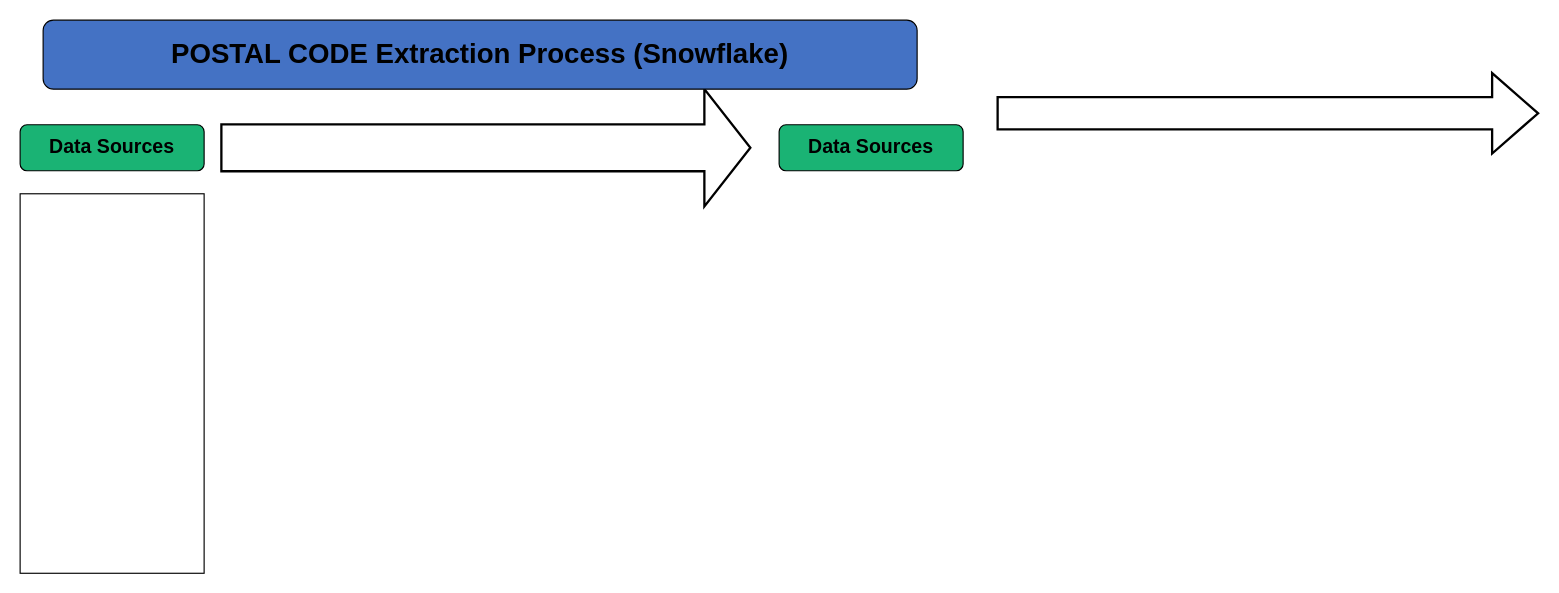
artiewangGH/POSTAL_CODE keeps this draw.io diagram as POSTAL_CODE.drawio. Above is the earlier version. Source tidied: cells renumbered, new cells numbered last; positions are measured from the earlier drawing's top-left corner, leaving out a move shared by most shapes. Both pictures are drawn from the tidied source at 115%, with x=0, y=0 at pixel (20, 20).
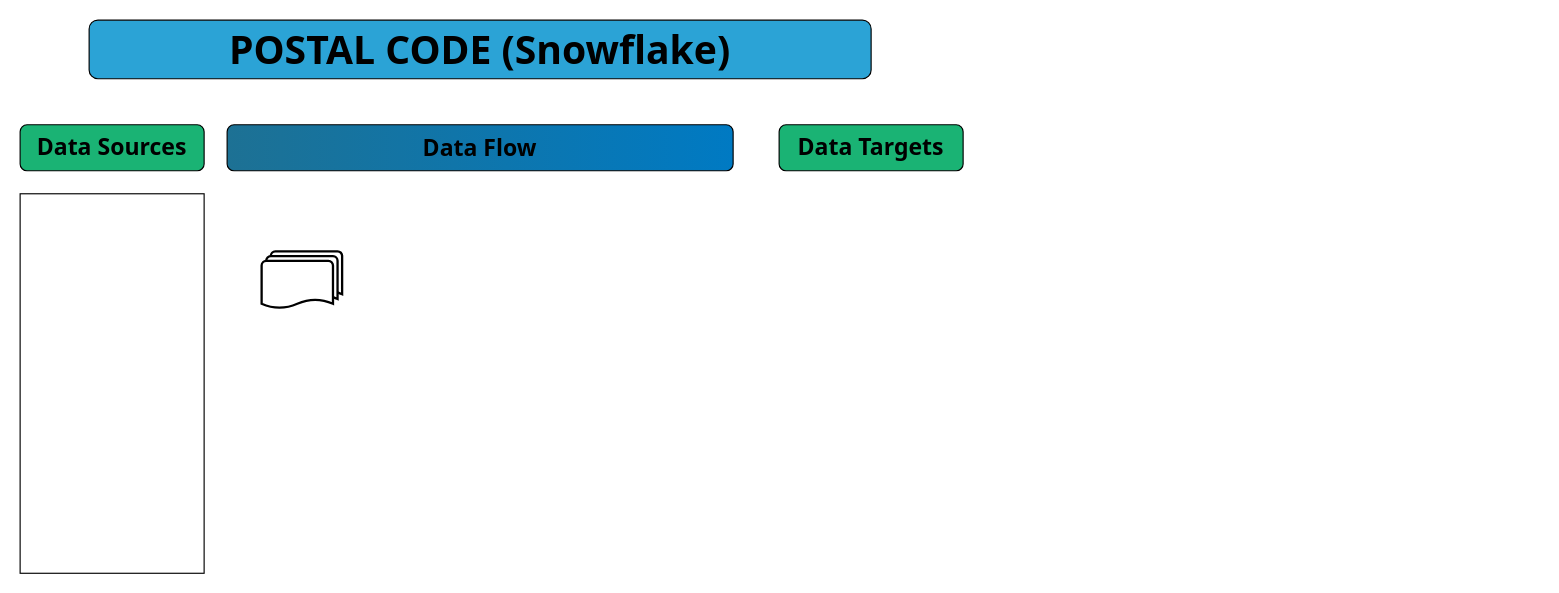
After the change.

What changed in the source:
```diff
@@
 <mxGraphModel>
   <root>
     <mxCell id="0" />
     <mxCell id="1" parent="0" />
-    <mxCell id="2" value="Data Sources" style="rounded=1;whiteSpace=wrap;html=1;fontSize=17;fontStyle=1;fillColor=#1AB374;" parent="1" vertex="1">
+    <mxCell id="2" value="&lt;font face=&quot;Tahoma&quot; style=&quot;font-size: 20px;&quot;&gt;Data Sources&lt;/font&gt;" style="rounded=1;whiteSpace=wrap;html=1;fontSize=17;fontStyle=1;fillColor=#1AB374;" parent="1" vertex="1">
       <mxGeometry y="91" width="160" height="40" as="geometry" />
     </mxCell>
     <mxCell id="3" style="rounded=0;whiteSpace=wrap;html=1;" parent="1" vertex="1">
       <mxGeometry y="151" width="160" height="330" as="geometry" />
     </mxCell>
-    <mxCell id="4" style="verticalLabelPosition=bottom;verticalAlign=top;html=1;strokeWidth=2;shape=mxgraph.arrows2.arrow;dy=0.6;dx=40;notch=0;" parent="1" vertex="1">
-      <mxGeometry x="175" y="60" width="460" height="102" as="geometry" />
-    </mxCell>
-    <mxCell id="5" style="verticalLabelPosition=bottom;verticalAlign=top;html=1;strokeWidth=2;shape=mxgraph.arrows2.arrow;dy=0.6;dx=40;notch=0;" parent="1" vertex="1">
-      <mxGeometry x="850" y="46" width="470" height="70" as="geometry" />
-    </mxCell>
-    <mxCell id="6" value="Data Sources" style="rounded=1;whiteSpace=wrap;html=1;fontSize=17;fontStyle=1;fillColor=#1AB374;" parent="1" vertex="1">
+    <mxCell id="6" value="&lt;font face=&quot;Tahoma&quot; style=&quot;font-size: 20px;&quot;&gt;Data Targets&lt;/font&gt;" style="rounded=1;whiteSpace=wrap;html=1;fontSize=17;fontStyle=1;fillColor=#1AB374;" parent="1" vertex="1">
       <mxGeometry x="660" y="91" width="160" height="40" as="geometry" />
     </mxCell>
-    <mxCell id="7" value="&lt;font style=&quot;font-size: 24px;&quot;&gt;&lt;b&gt;POSTAL CODE Extraction Process (Snowflake)&lt;/b&gt;&lt;/font&gt;" style="rounded=1;whiteSpace=wrap;html=1;fillColor=#4472C4;" parent="1" vertex="1">
-      <mxGeometry x="20" width="760" height="60" as="geometry" />
+    <mxCell id="7" value="&lt;font face=&quot;Tahoma&quot; size=&quot;1&quot; style=&quot;&quot;&gt;&lt;b style=&quot;font-size: 34px;&quot;&gt;POSTAL CODE (Snowflake)&lt;/b&gt;&lt;/font&gt;" style="rounded=1;whiteSpace=wrap;html=1;fillColor=#2BA3D6;" parent="1" vertex="1">
+      <mxGeometry x="60" width="680" height="51" as="geometry" />
     </mxCell>
+    <mxCell id="8" value="&lt;font style=&quot;font-size: 20px;&quot; face=&quot;Tahoma&quot;&gt;&lt;b&gt;Data Flow&lt;/b&gt;&lt;/font&gt;" style="rounded=1;whiteSpace=wrap;html=1;fillColor=#007AC3;gradientColor=#1D7194;gradientDirection=west;" parent="1" vertex="1">
+      <mxGeometry x="180" y="91" width="440" height="40" as="geometry" />
+    </mxCell>
+    <mxCell id="9" style="strokeWidth=2;html=1;shape=mxgraph.flowchart.multi-document;whiteSpace=wrap;" parent="1" vertex="1">
+      <mxGeometry x="210" y="201" width="70" height="50" as="geometry" />
+    </mxCell>
   </root>
 </mxGraphModel>
```
